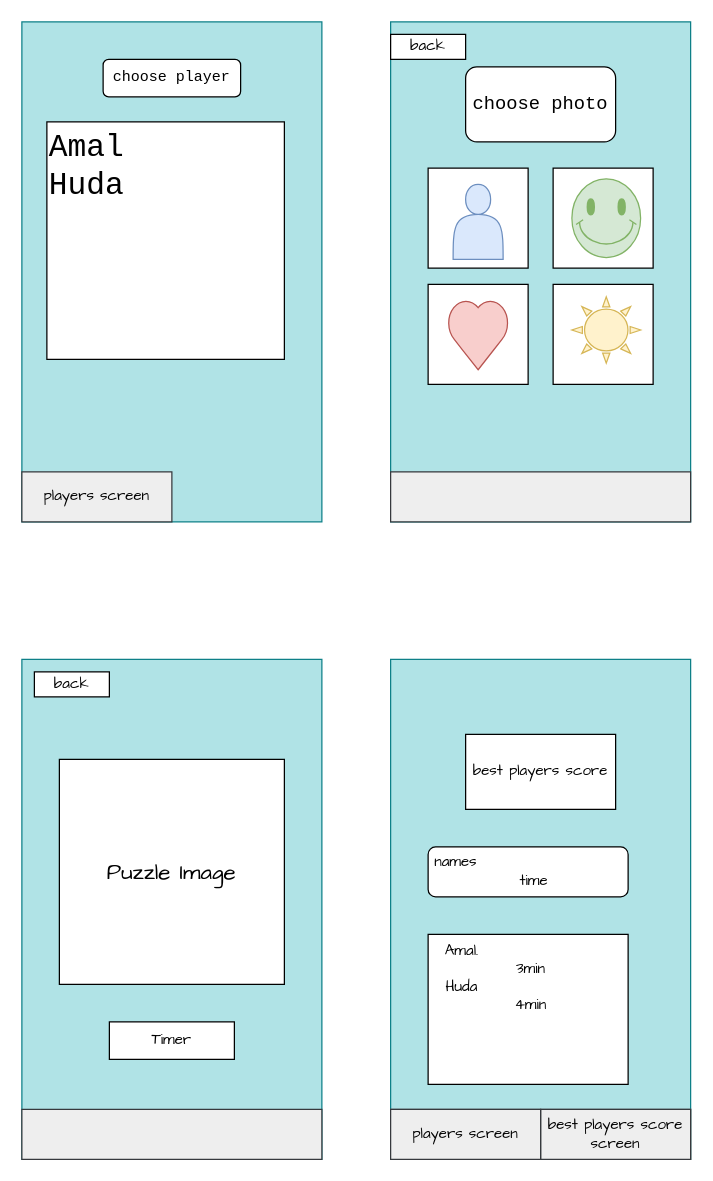
noyeraltamimi/Puzzles keeps this draw.io diagram as Untitled Diagram.drawio. Above is the earlier version. Source tidied: cells renumbered, new cells numbered last; positions are measured from the earlier drawing's top-left corner, leaving out a move shared by most shapes. Both pictures are drawn from the tidied source at 125%, with x=0, y=0 at pixel (21, 21).
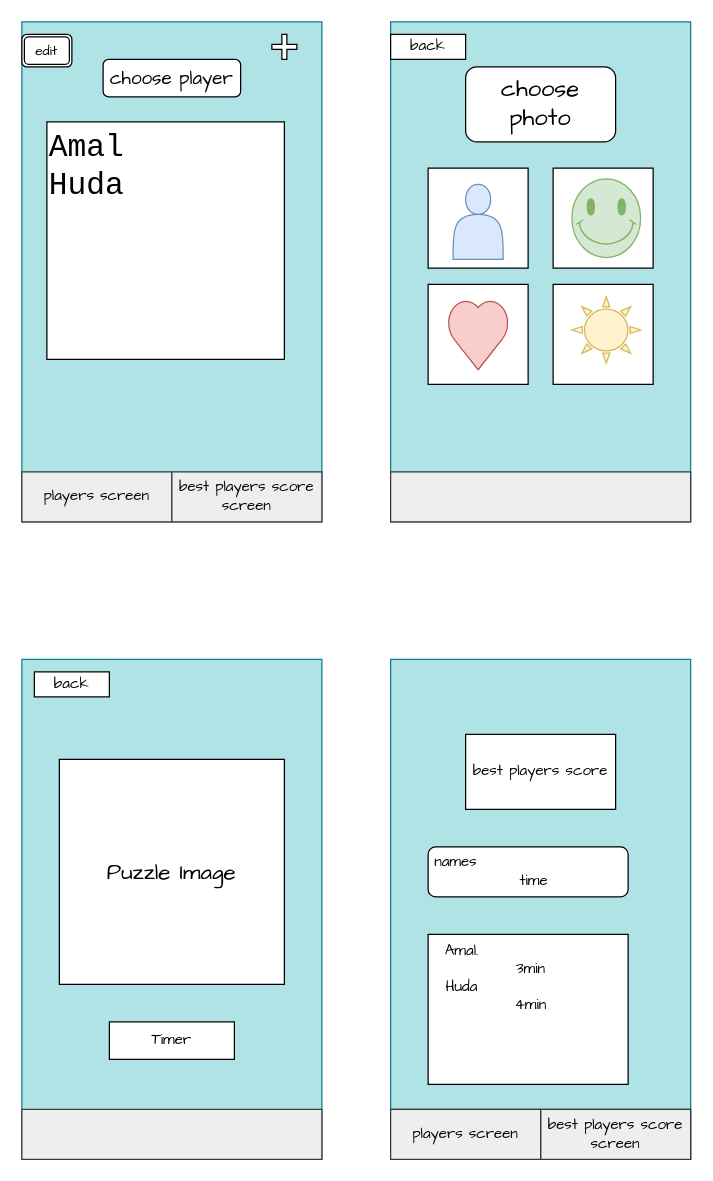
After the change.

What changed in the source:
```diff
@@
-    <mxCell id="21" value="choose photo" style="rounded=1;whiteSpace=wrap;html=1;fontFamily=Courier New;fontSize=15;" parent="1" vertex="1">
+    <mxCell id="21" value="&lt;font style=&quot;font-size: 19px&quot; face=&quot;Comic Sans MS&quot;&gt;choose photo&lt;/font&gt;" style="rounded=1;whiteSpace=wrap;html=1;fontFamily=Courier New;fontSize=15;" parent="1" vertex="1">
       <mxGeometry x="355" y="36" width="120" height="60" as="geometry" />
     </mxCell>
-    <mxCell id="22" value="choose player" style="rounded=1;whiteSpace=wrap;html=1;fontFamily=Courier New;" parent="1" vertex="1">
+    <mxCell id="22" value="&lt;font face=&quot;Comic Sans MS&quot; style=&quot;font-size: 15px&quot;&gt;choose player&lt;/font&gt;" style="rounded=1;whiteSpace=wrap;html=1;fontFamily=Courier New;" parent="1" vertex="1">
       <mxGeometry x="65" y="30" width="110" height="30" as="geometry" />
     </mxCell>
@@
+    <mxCell id="30" value="&lt;font&gt;best players score screen&lt;/font&gt;" style="rounded=0;whiteSpace=wrap;html=1;fillColor=#eeeeee;strokeColor=#36393d;align=center;fontFamily=Comic Sans MS;" parent="1" vertex="1">
+      <mxGeometry x="120" y="360" width="120" height="40" as="geometry" />
+    </mxCell>
+    <mxCell id="31" style="shape=cross;whiteSpace=wrap;html=1;labelBackgroundColor=#EA6B66;labelBorderColor=#EA6B66;fontFamily=Comic Sans MS;fontSize=25;fontColor=none;" parent="1" vertex="1">
+      <mxGeometry x="200" y="10" width="20" height="20" as="geometry" />
+    </mxCell>
+    <mxCell id="32" value="edit" style="shape=ext;double=1;rounded=1;whiteSpace=wrap;html=1;labelBackgroundColor=none;labelBorderColor=none;fontFamily=Comic Sans MS;fontSize=11;fontColor=none;" parent="1" vertex="1">
+      <mxGeometry y="10" width="40" height="26" as="geometry" />
+    </mxCell>
```
